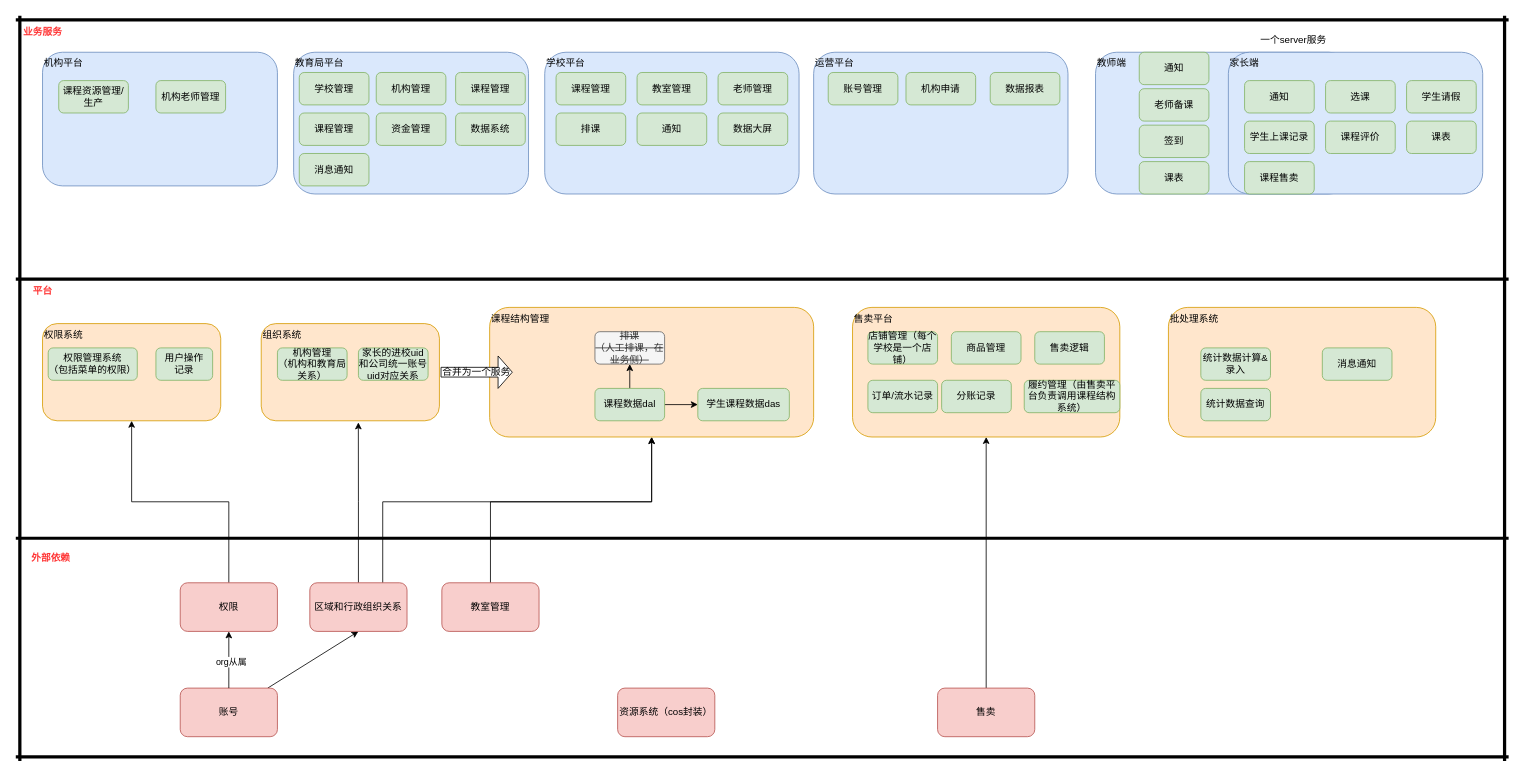
Above: 330-组织架构.drawio in wgyuuu/flow_chart (draw.io), before the change. Source tidied: cells renumbered, new cells numbered last; positions are measured from the earlier drawing's top-left corner, leaving out a move shared by most shapes. Both pictures are drawn from the tidied source at 81%, with x=0, y=0 at pixel (15, 15).
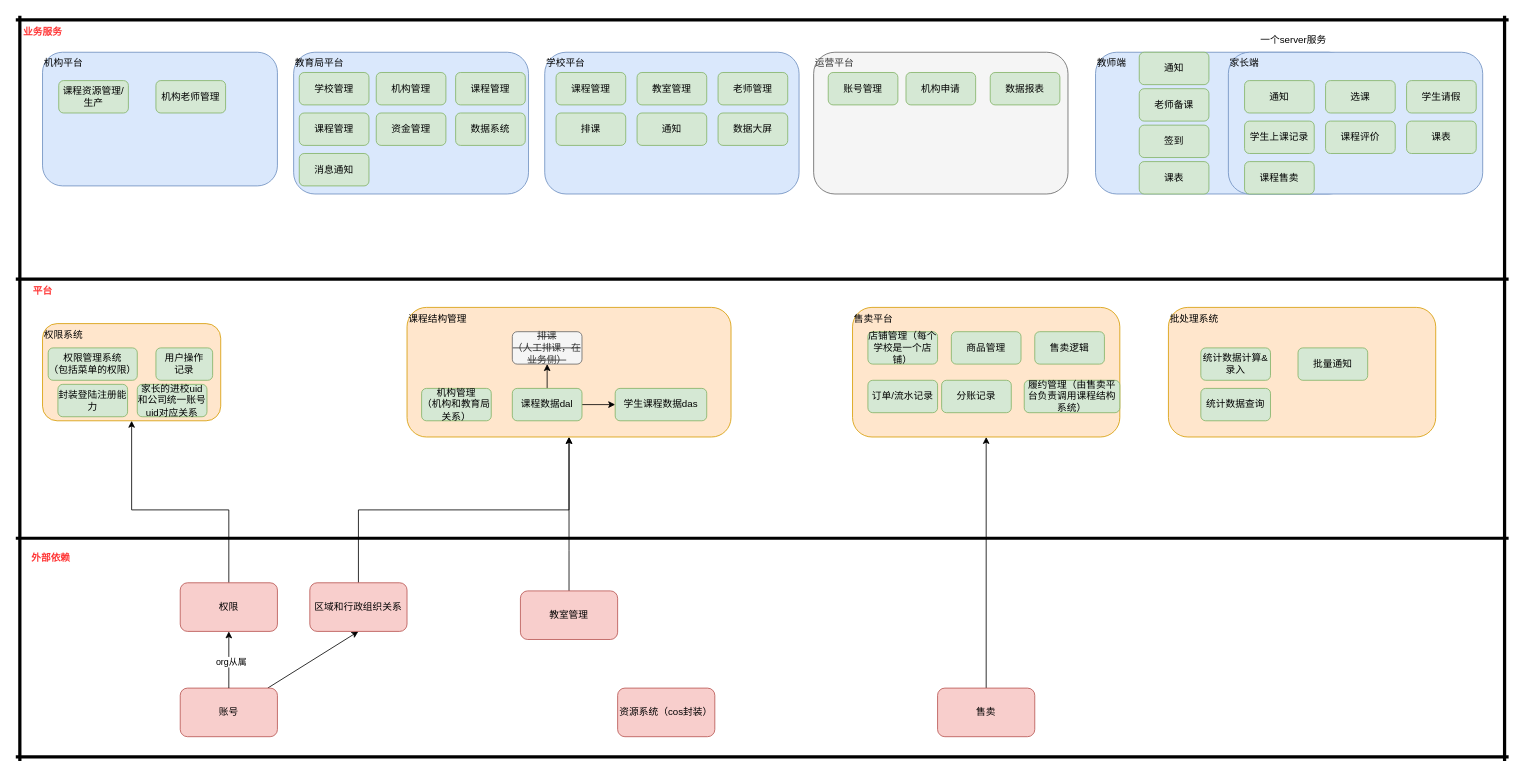
Above is the later version.

The change refers to these unchanged cells:
```xml
<mxCell id="8" value="区域和行政组织关系" style="rounded=1;whiteSpace=wrap;html=1;fillColor=#f8cecc;strokeColor=#b85450;" parent="1" vertex="1">
  <mxGeometry x="363" y="700" width="120" height="60" as="geometry" />
</mxCell>
<mxCell id="10" value="权限" style="rounded=1;whiteSpace=wrap;html=1;fillColor=#f8cecc;strokeColor=#b85450;" parent="1" vertex="1">
  <mxGeometry x="203" y="700" width="120" height="60" as="geometry" />
</mxCell>
<mxCell id="11" value="权限系统" style="rounded=1;whiteSpace=wrap;html=1;verticalAlign=top;align=left;fillColor=#ffe6cc;strokeColor=#d79b00;" parent="1" vertex="1">
  <mxGeometry x="33" y="380" width="220" height="120" as="geometry" />
</mxCell>
```

The edit, as a diff of the source:
```diff
@@
-    <mxCell id="6" style="edgeStyle=orthogonalEdgeStyle;rounded=0;jettySize=auto;html=1;entryX=0.5;entryY=1;entryDx=0;entryDy=0;" parent="1" edge="1" source="8" target="12">
-      <mxGeometry relative="1" as="geometry">
-        <Array as="points">
-          <mxPoint x="453" y="600" />
-          <mxPoint x="785" y="600" />
-        </Array>
-      </mxGeometry>
-    </mxCell>
-    <mxCell id="7" style="edgeStyle=orthogonalEdgeStyle;rounded=0;jettySize=auto;html=1;entryX=0.545;entryY=1.017;entryDx=0;entryDy=0;entryPerimeter=0;" parent="1" edge="1" source="8" target="79">
+    <mxCell id="7" style="edgeStyle=orthogonalEdgeStyle;rounded=0;jettySize=auto;html=1;entryX=0.5;entryY=1;entryDx=0;entryDy=0;" parent="1" edge="1" source="8" target="12">
       <mxGeometry relative="1" as="geometry" />
     </mxCell>
@@
     <mxCell id="9" style="edgeStyle=orthogonalEdgeStyle;rounded=0;jettySize=auto;html=1;entryX=0.5;entryY=1;entryDx=0;entryDy=0;" parent="1" edge="1" source="10" target="11">
-      <mxGeometry relative="1" as="geometry" />
+      <mxGeometry relative="1" as="geometry">
+        <Array as="points">
+          <mxPoint x="263" y="610" />
+          <mxPoint x="143" y="610" />
+        </Array>
+      </mxGeometry>
     </mxCell>
@@
     <mxCell id="12" value="课程结构管理" style="rounded=1;whiteSpace=wrap;html=1;verticalAlign=top;align=left;fillColor=#ffe6cc;strokeColor=#d79b00;" parent="1" vertex="1">
-      <mxGeometry x="585" y="360" width="400" height="160" as="geometry" />
+      <mxGeometry x="483" y="360" width="400" height="160" as="geometry" />
     </mxCell>
@@
     <mxCell id="16" value="课程数据dal" style="rounded=1;whiteSpace=wrap;html=1;align=center;verticalAlign=middle;fillColor=#d5e8d4;strokeColor=#82b366;" parent="1" vertex="1">
-      <mxGeometry x="715" y="460" width="86" height="40" as="geometry" />
+      <mxGeometry x="613" y="460" width="86" height="40" as="geometry" />
     </mxCell>
     <mxCell id="17" value="学生课程数据das" style="rounded=1;whiteSpace=wrap;html=1;align=center;verticalAlign=middle;fillColor=#d5e8d4;strokeColor=#82b366;" parent="1" vertex="1">
-      <mxGeometry x="842" y="460" width="113" height="40" as="geometry" />
+      <mxGeometry x="740" y="460" width="113" height="40" as="geometry" />
     </mxCell>
     <mxCell id="18" value="&lt;strike&gt;排课&lt;br&gt;（人工排课，在业务侧）&lt;/strike&gt;" style="rounded=1;whiteSpace=wrap;html=1;align=center;verticalAlign=middle;fillColor=#f5f5f5;strokeColor=#666666;fontColor=#333333;" parent="1" vertex="1">
-      <mxGeometry x="715" y="390" width="86" height="40" as="geometry" />
+      <mxGeometry x="613" y="390" width="86" height="40" as="geometry" />
     </mxCell>
@@
-    <mxCell id="41" value="消息通知" style="rounded=1;whiteSpace=wrap;html=1;align=center;verticalAlign=middle;fillColor=#d5e8d4;strokeColor=#82b366;" parent="1" vertex="1">
-      <mxGeometry x="1613" y="410" width="86" height="40" as="geometry" />
-    </mxCell>
@@
-    <mxCell id="73" value="运营平台" style="rounded=1;whiteSpace=wrap;html=1;align=left;verticalAlign=top;fillColor=#dae8fc;strokeColor=#6c8ebf;" parent="1" vertex="1">
+    <mxCell id="73" value="运营平台" style="rounded=1;whiteSpace=wrap;html=1;align=left;verticalAlign=top;fillColor=#f5f5f5;strokeColor=#666666;fontColor=#333333;" parent="1" vertex="1">
       <mxGeometry x="985" y="45" width="314" height="175" as="geometry" />
     </mxCell>
@@
-    <mxCell id="79" value="组织系统" style="rounded=1;whiteSpace=wrap;html=1;verticalAlign=top;align=left;fillColor=#ffe6cc;strokeColor=#d79b00;" parent="1" vertex="1">
-      <mxGeometry x="303" y="380" width="220" height="120" as="geometry" />
-    </mxCell>
     <mxCell id="80" value="机构管理&lt;br&gt;（机构和教育局关系）" style="rounded=1;whiteSpace=wrap;html=1;align=center;verticalAlign=middle;fillColor=#d5e8d4;strokeColor=#82b366;" parent="1" vertex="1">
-      <mxGeometry x="323" y="410" width="86" height="40" as="geometry" />
+      <mxGeometry x="501" y="460" width="86" height="40" as="geometry" />
     </mxCell>
     <mxCell id="81" value="家长的进校uid和公司统一账号uid对应关系" style="rounded=1;whiteSpace=wrap;html=1;align=center;verticalAlign=middle;fillColor=#d5e8d4;strokeColor=#82b366;" parent="1" vertex="1">
-      <mxGeometry x="423" y="410" width="86" height="40" as="geometry" />
+      <mxGeometry x="150" y="455" width="86" height="40" as="geometry" />
     </mxCell>
-    <mxCell id="82" style="edgeStyle=orthogonalEdgeStyle;rounded=0;jettySize=auto;html=1;entryX=0.5;entryY=1;entryDx=0;entryDy=0;" parent="1" edge="1" source="83" target="12">
+    <mxCell id="82" style="edgeStyle=orthogonalEdgeStyle;rounded=0;jettySize=auto;html=1;entryX=0.5;entryY=1;entryDx=0;entryDy=0;exitX=0.5;exitY=0;exitDx=0;exitDy=0;" parent="1" edge="1" source="83" target="12">
       <mxGeometry relative="1" as="geometry">
         <Array as="points">
-          <mxPoint x="586" y="600" />
-          <mxPoint x="785" y="600" />
+          <mxPoint x="683" y="660" />
+          <mxPoint x="683" y="660" />
         </Array>
       </mxGeometry>
     </mxCell>
     <mxCell id="83" value="教室管理" style="rounded=1;whiteSpace=wrap;html=1;fillColor=#f8cecc;strokeColor=#b85450;" parent="1" vertex="1">
-      <mxGeometry x="526" y="700" width="120" height="60" as="geometry" />
+      <mxGeometry x="623" y="710" width="120" height="60" as="geometry" />
     </mxCell>
-    <mxCell id="84" value="合并为一个服务" style="shape=singleArrow;whiteSpace=wrap;html=1;" parent="1" vertex="1">
-      <mxGeometry x="525" y="420" width="88" height="40" as="geometry" />
-    </mxCell>
+    <mxCell id="85" value="封装登陆注册能力" style="rounded=1;whiteSpace=wrap;html=1;align=center;verticalAlign=middle;fillColor=#d5e8d4;strokeColor=#82b366;" parent="1" vertex="1">
+      <mxGeometry x="52" y="455" width="86" height="40" as="geometry" />
+    </mxCell>
+    <mxCell id="86" value="批量通知" style="rounded=1;whiteSpace=wrap;html=1;align=center;verticalAlign=middle;fillColor=#d5e8d4;strokeColor=#82b366;" parent="1" vertex="1">
+      <mxGeometry x="1583" y="410" width="86" height="40" as="geometry" />
+    </mxCell>
```
